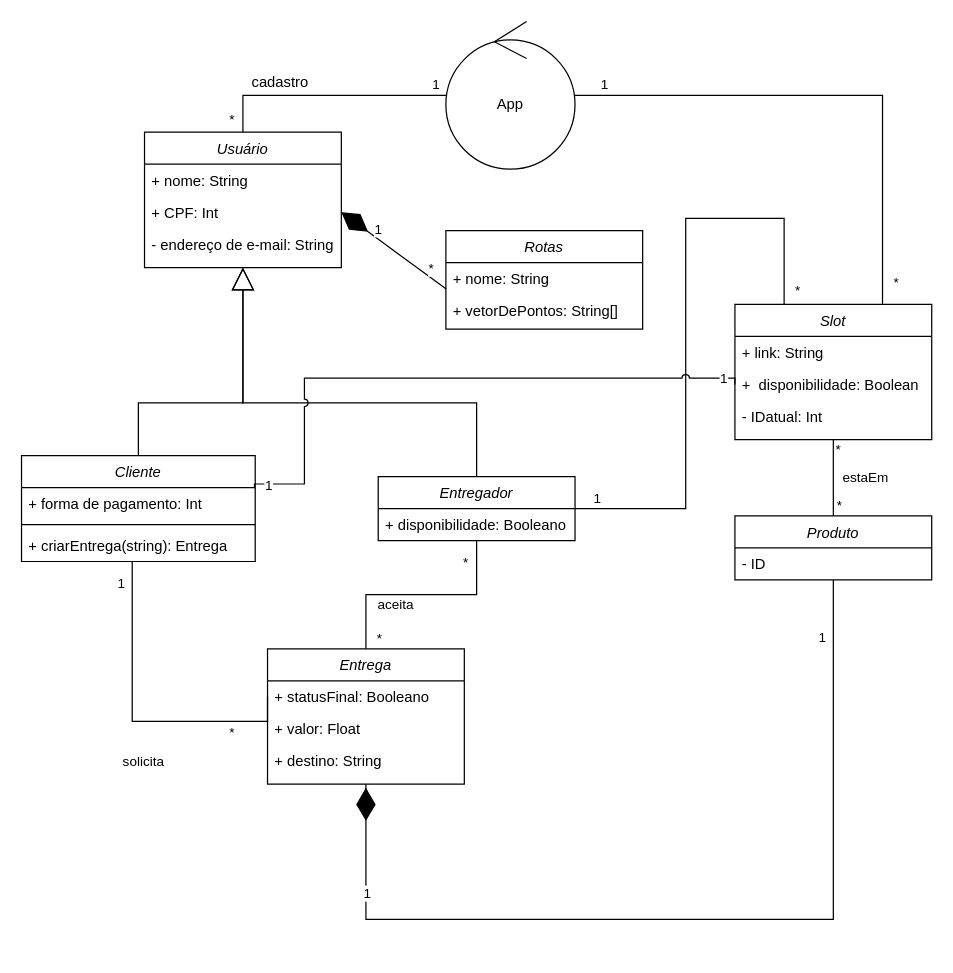
Earlier version of the draw.io diagram Diagrama Conceitual - Projeto.drawio (bruniculos08/SOFT003). Source tidied: cells renumbered, new cells numbered last; positions are measured from the earlier drawing's top-left corner, leaving out a move shared by most shapes. Both pictures are drawn from the tidied source at 123%, with x=0, y=0 at pixel (21, 21).
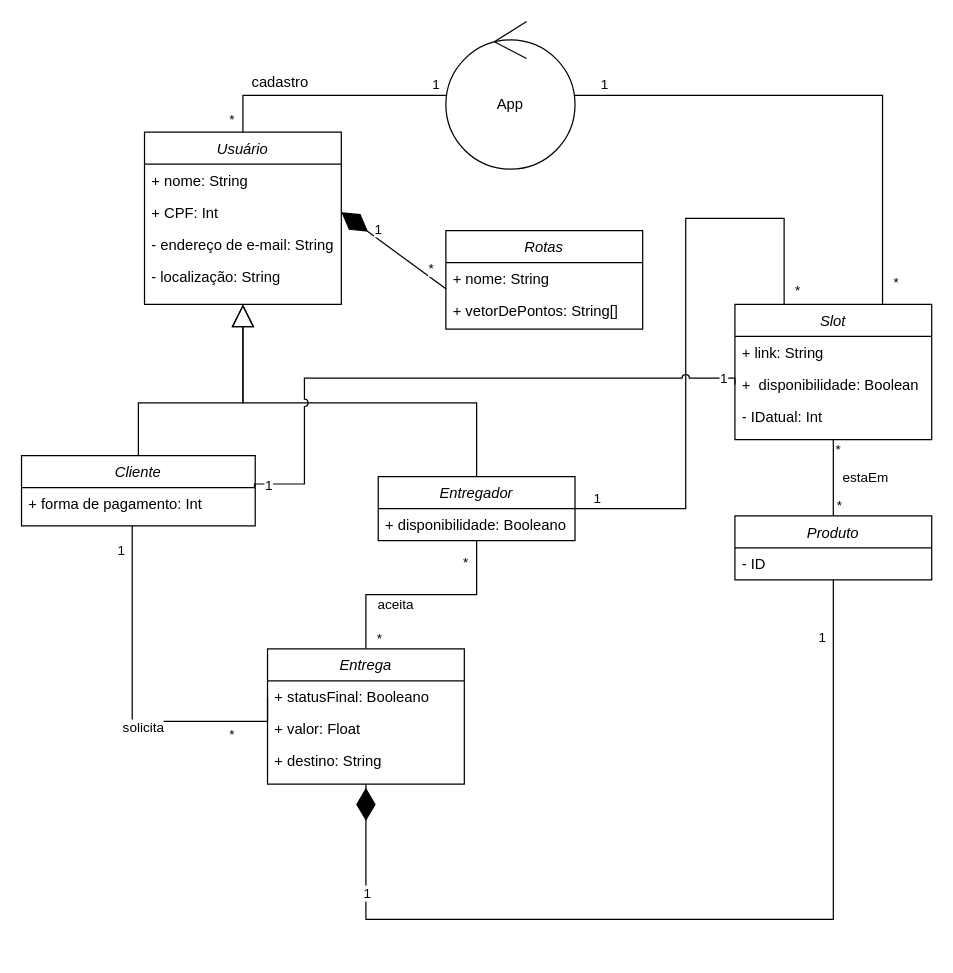
After the change.

The edit, as a diff of the source:
```diff
@@
     <mxCell id="2" value="Usuário" style="swimlane;fontStyle=2;align=center;verticalAlign=top;horizontal=1;startSize=26;rounded=0;shadow=0;strokeWidth=1;" parent="1" vertex="1">
-      <mxGeometry x="100" y="90" width="160" height="110" as="geometry" />
+      <mxGeometry x="100" y="90" width="160" height="140" as="geometry" />
     </mxCell>
@@
-    <mxCell id="5" value="- endereço de e-mail: String" style="text;align=left;verticalAlign=top;spacingLeft=4;spacingRight=4;overflow=hidden;rounded=0;shadow=0;html=0;" parent="2" vertex="1">
+    <mxCell id="5" value="- endereço de e-mail: String" style="text;align=left;verticalAlign=top;spacingLeft=4;spacingRight=4;overflow=hidden;" parent="2" vertex="1">
       <mxGeometry y="78" width="160" height="26" as="geometry" />
     </mxCell>
+    <mxCell id="59" value="- localização: String" style="text;align=left;verticalAlign=top;spacingLeft=4;spacingRight=4;overflow=hidden;rounded=0;shadow=0;html=0;" parent="2" vertex="1">
+      <mxGeometry y="104" width="160" height="26" as="geometry" />
+    </mxCell>
@@
     <mxCell id="10" value="Cliente" style="swimlane;fontStyle=2;align=center;verticalAlign=top;horizontal=1;startSize=26;rounded=0;shadow=0;strokeWidth=1;" parent="1" vertex="1">
-      <mxGeometry y="353" width="190" height="86" as="geometry" />
+      <mxGeometry y="353" width="190" height="57" as="geometry" />
     </mxCell>
@@
-    <mxCell id="12" style="line;strokeWidth=1;fillColor=none;align=left;verticalAlign=middle;spacingTop=-1;spacingLeft=3;spacingRight=3;labelPosition=right;" parent="10" vertex="1">
-      <mxGeometry y="52" width="190" height="8" as="geometry" />
-    </mxCell>
-    <mxCell id="13" value="+ criarEntrega(string): Entrega" style="text;strokeColor=none;fillColor=none;align=left;verticalAlign=top;spacingLeft=4;spacingRight=4;overflow=hidden;" parent="10" vertex="1">
-      <mxGeometry y="60" width="190" height="26" as="geometry" />
-    </mxCell>
```
